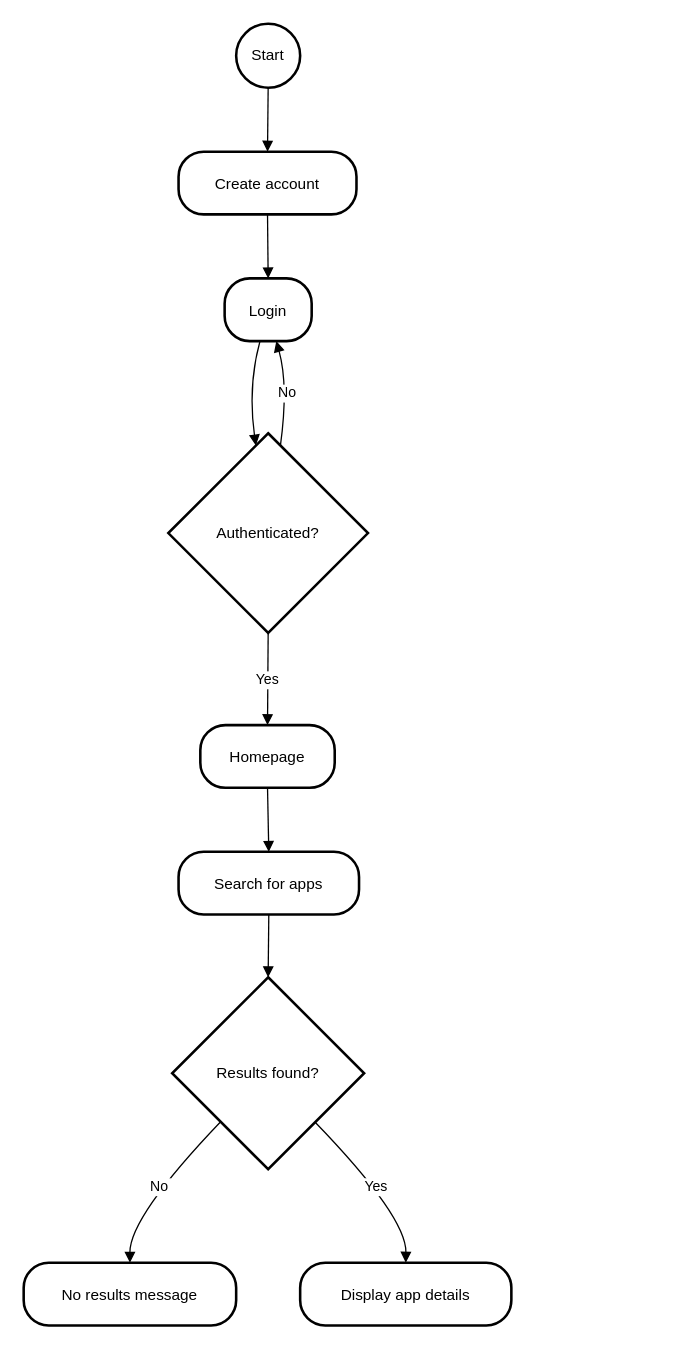
The draw.io diagram Apped.drawio in appedme/drawio, before the edit. Source tidied: cells renumbered, new cells numbered last; positions are measured from the earlier drawing's top-left corner, leaving out a move shared by most shapes. Both pictures are drawn from the tidied source at 128%, with x=0, y=0 at pixel (23, 23).
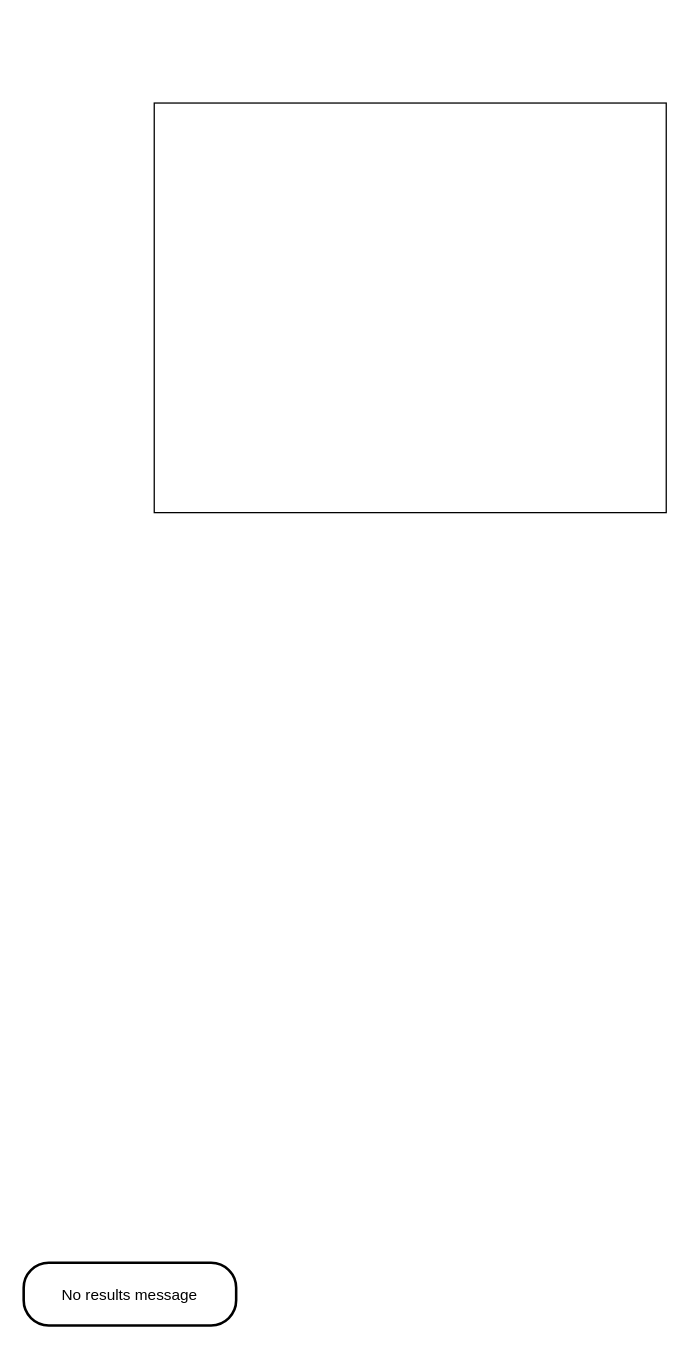
The same page after the edit.

Unchanged cells that the change refers to:
```xml
<mxCell id="9" value="No results message" style="rounded=1;arcSize=40;strokeWidth=2;" parent="1" vertex="1">
  <mxGeometry y="968" width="166" height="49" as="geometry" />
</mxCell>
```

Diff of the diagram source:
```diff
@@
-    <mxCell id="2" value="Start" style="ellipse;strokeWidth=2;whiteSpace=wrap;" parent="1" vertex="1">
-      <mxGeometry x="166" width="50" height="50" as="geometry" />
-    </mxCell>
-    <mxCell id="3" value="Create account" style="rounded=1;arcSize=40;strokeWidth=2;" parent="1" vertex="1">
-      <mxGeometry x="121" y="100" width="139" height="49" as="geometry" />
-    </mxCell>
-    <mxCell id="4" value="Login" style="rounded=1;arcSize=40;strokeWidth=2;" parent="1" vertex="1">
-      <mxGeometry x="157" y="199" width="68" height="49" as="geometry" />
-    </mxCell>
-    <mxCell id="5" value="Authenticated?" style="rhombus;strokeWidth=2;whiteSpace=wrap;" parent="1" vertex="1">
-      <mxGeometry x="113" y="320" width="156" height="156" as="geometry" />
-    </mxCell>
-    <mxCell id="6" value="Homepage" style="rounded=1;arcSize=40;strokeWidth=2;" parent="1" vertex="1">
-      <mxGeometry x="138" y="548" width="105" height="49" as="geometry" />
-    </mxCell>
-    <mxCell id="7" value="Search for apps" style="rounded=1;arcSize=40;strokeWidth=2;" parent="1" vertex="1">
-      <mxGeometry x="121" y="647" width="141" height="49" as="geometry" />
-    </mxCell>
-    <mxCell id="8" value="Results found?" style="rhombus;strokeWidth=2;whiteSpace=wrap;" parent="1" vertex="1">
-      <mxGeometry x="116" y="745" width="150" height="150" as="geometry" />
-    </mxCell>
@@
-    <mxCell id="10" value="Display app details" style="rounded=1;arcSize=40;strokeWidth=2;" parent="1" vertex="1">
-      <mxGeometry x="216" y="968" width="165" height="49" as="geometry" />
-    </mxCell>
-    <mxCell id="11" style="curved=1;startArrow=none;endArrow=block;exitX=0.5;exitY=1;entryX=0.5;entryY=0;" parent="1" edge="1" source="2" target="3">
-      <mxGeometry relative="1" as="geometry" />
-    </mxCell>
-    <mxCell id="12" style="curved=1;startArrow=none;endArrow=block;exitX=0.5;exitY=0.99;entryX=0.5;entryY=-0.01;" parent="1" edge="1" source="3" target="4">
-      <mxGeometry relative="1" as="geometry" />
-    </mxCell>
-    <mxCell id="13" style="curved=1;startArrow=none;endArrow=block;exitX=0.41;exitY=0.98;entryX=0.43;entryY=0;" parent="1" edge="1" source="4" target="5">
-      <mxGeometry relative="1" as="geometry">
-        <Array as="points">
-          <mxPoint x="175" y="283" />
-        </Array>
-      </mxGeometry>
-    </mxCell>
-    <mxCell id="14" value="No" style="curved=1;startArrow=none;endArrow=block;exitX=0.57;exitY=0;entryX=0.59;entryY=0.98;" parent="1" edge="1" source="5" target="4">
-      <mxGeometry relative="1" as="geometry">
-        <Array as="points">
-          <mxPoint x="207" y="283" />
-        </Array>
-      </mxGeometry>
-    </mxCell>
-    <mxCell id="15" value="Yes" style="curved=1;startArrow=none;endArrow=block;exitX=0.5;exitY=1;entryX=0.5;entryY=0.01;" parent="1" edge="1" source="5" target="6">
-      <mxGeometry relative="1" as="geometry" />
-    </mxCell>
-    <mxCell id="16" style="curved=1;startArrow=none;endArrow=block;exitX=0.5;exitY=1;entryX=0.5;entryY=0;" parent="1" edge="1" source="6" target="7">
-      <mxGeometry relative="1" as="geometry" />
-    </mxCell>
-    <mxCell id="17" style="curved=1;startArrow=none;endArrow=block;exitX=0.5;exitY=0.99;entryX=0.5;entryY=0;" parent="1" edge="1" source="7" target="8">
-      <mxGeometry relative="1" as="geometry" />
-    </mxCell>
-    <mxCell id="18" value="No" style="curved=1;startArrow=none;endArrow=block;exitX=0.01;exitY=1;entryX=0.5;entryY=0;" parent="1" edge="1" source="8" target="9">
-      <mxGeometry relative="1" as="geometry">
-        <Array as="points">
-          <mxPoint x="83" y="932" />
-        </Array>
-      </mxGeometry>
-    </mxCell>
-    <mxCell id="19" value="Yes" style="curved=1;startArrow=none;endArrow=block;exitX=0.98;exitY=1;entryX=0.5;entryY=0;" parent="1" edge="1" source="8" target="10">
-      <mxGeometry relative="1" as="geometry">
-        <Array as="points">
-          <mxPoint x="299" y="932" />
-        </Array>
-      </mxGeometry>
-    </mxCell>
+    <mxCell id="20" style="rounded=0;whiteSpace=wrap;html=1;" parent="1" vertex="1">
+      <mxGeometry x="102" y="62" width="400" height="320" as="geometry" />
+    </mxCell>
```
